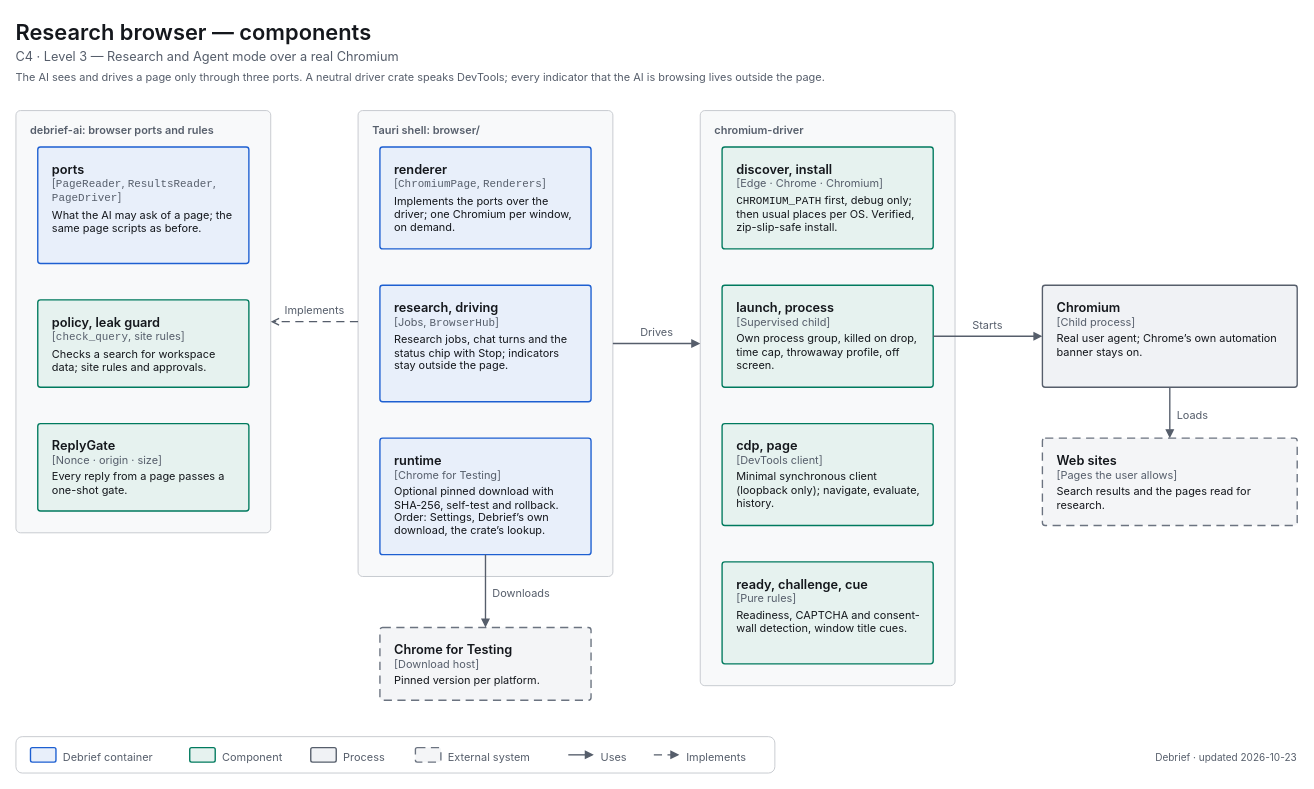
Before: apps/debrief/docs/diagrams/c4-3-research-browser.drawio in decryp7/paddock, a draw.io diagram. Source tidied: cells renumbered, new cells numbered last; positions are measured from the earlier drawing's top-left corner, leaving out a move shared by most shapes. Both pictures are drawn from the tidied source at 91%, with x=0, y=0 at pixel (15, 15).
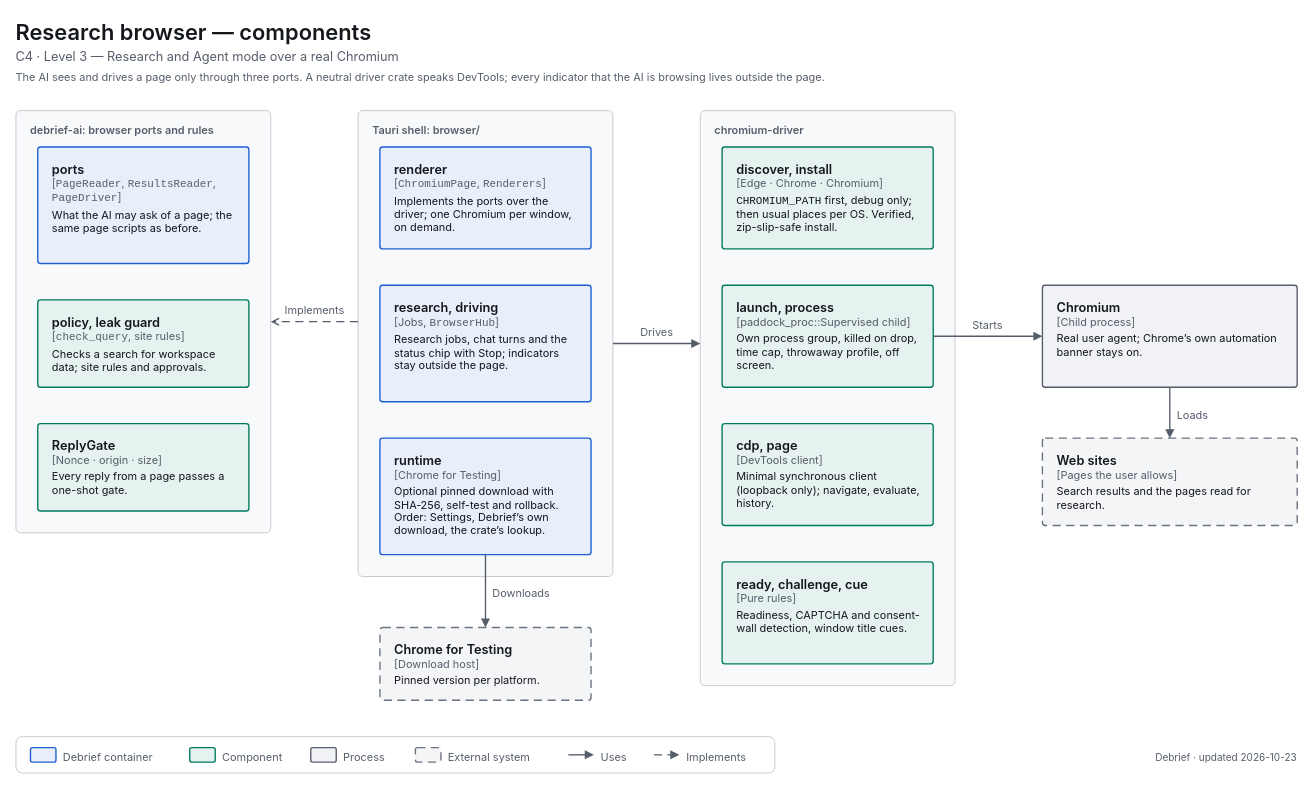
The same diagram, later.

Diff of the diagram source:
```diff
@@
-    <mxCell id="15" value="&lt;span style=&quot;font-size:14px;font-weight:600&quot;&gt;launch, process&lt;/span&gt;&lt;br&gt;&lt;span style=&quot;font-size:12px;color:light-dark(#565E6B,#A0A7B2)&quot;&gt;[Supervised child]&lt;/span&gt;&lt;br&gt;&lt;div style=&quot;margin-top:4px;font-size:12px&quot;&gt;Own process group, killed on drop, time cap, throwaway profile, off screen.&lt;/div&gt;" style="html=1;whiteSpace=wrap;fontFamily=-apple-system,BlinkMacSystemFont,Segoe UI,system-ui,sans-serif;fontSize=12;fontColor=light-dark(#14171C,#ECEEF1);rounded=1;absoluteArcSize=1;arcSize=6;strokeWidth=1.5;strokeColor=light-dark(#007A5E,#2EC4A0);fillColor=light-dark(#E6F2EF,#193330);align=left;verticalAlign=top;spacingLeft=14;spacingRight=14;spacingTop=10;spacingBottom=8;" parent="1" vertex="1">
+    <mxCell id="15" value="&lt;span style=&quot;font-size:14px;font-weight:600&quot;&gt;launch, process&lt;/span&gt;&lt;br&gt;&lt;span style=&quot;font-size:12px;color:light-dark(#565E6B,#A0A7B2)&quot;&gt;[paddock_proc::Supervised child]&lt;/span&gt;&lt;br&gt;&lt;div style=&quot;margin-top:4px;font-size:12px&quot;&gt;Own process group, killed on drop, time cap, throwaway profile, off screen.&lt;/div&gt;" style="html=1;whiteSpace=wrap;fontFamily=-apple-system,BlinkMacSystemFont,Segoe UI,system-ui,sans-serif;fontSize=12;fontColor=light-dark(#14171C,#ECEEF1);rounded=1;absoluteArcSize=1;arcSize=6;strokeWidth=1.5;strokeColor=light-dark(#007A5E,#2EC4A0);fillColor=light-dark(#E6F2EF,#193330);align=left;verticalAlign=top;spacingLeft=14;spacingRight=14;spacingTop=10;spacingBottom=8;" parent="1" vertex="1">
       <mxGeometry x="776" y="296" width="232" height="112" as="geometry" />
     </mxCell>
```
